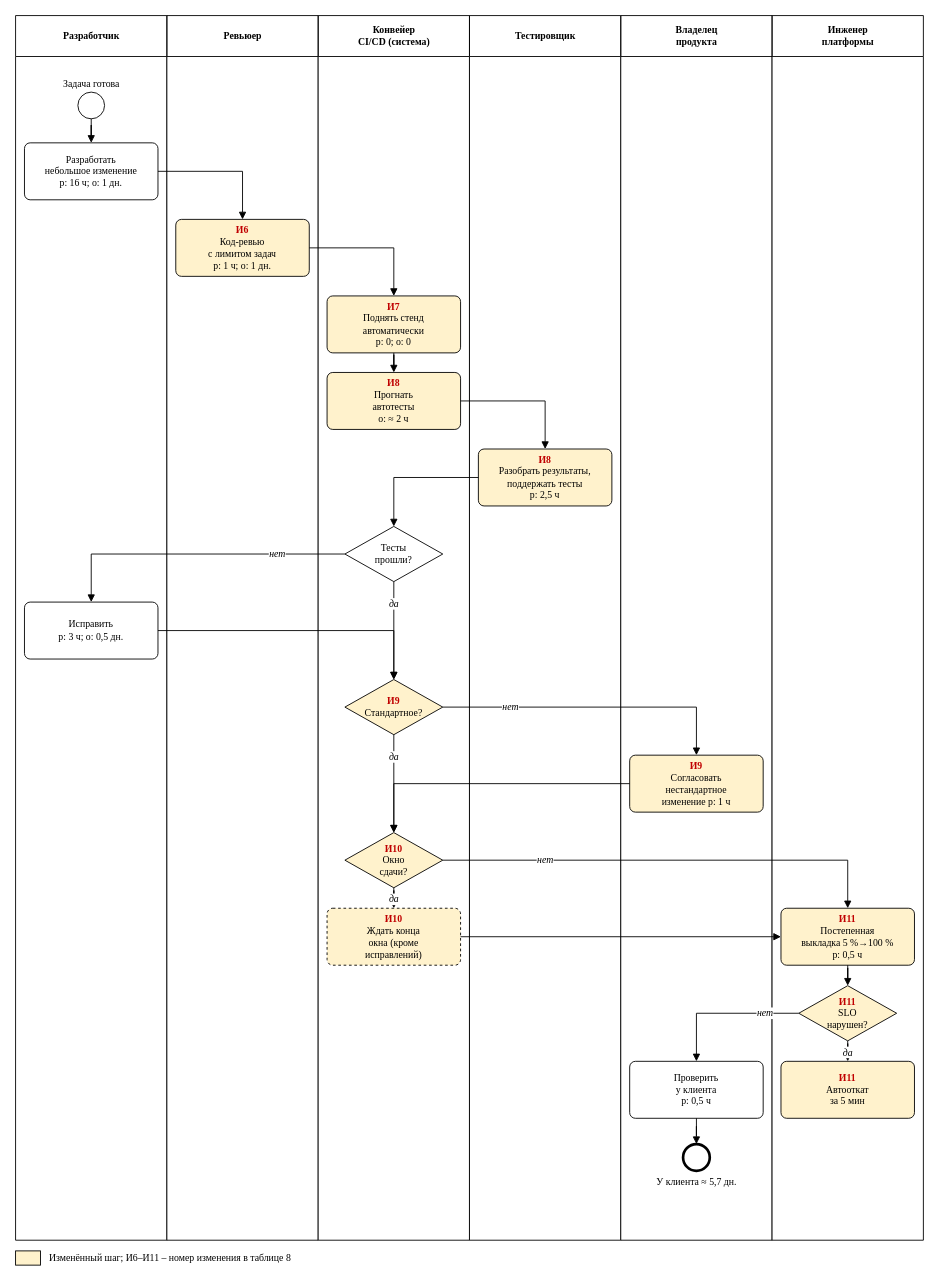
This is Практическая работа №3/Рисунок 4 – Процесс Б после изменения (выделены изменённые шаги).drawio from PhilippKorkunov/Information-Technology-Management, a draw.io file, before an edit. Source tidied: cells renumbered, new cells numbered last; positions are measured from the earlier drawing's top-left corner, leaving out a move shared by most shapes. Both pictures are drawn from the tidied source at 89%, with x=0, y=0 at pixel (15, 15).
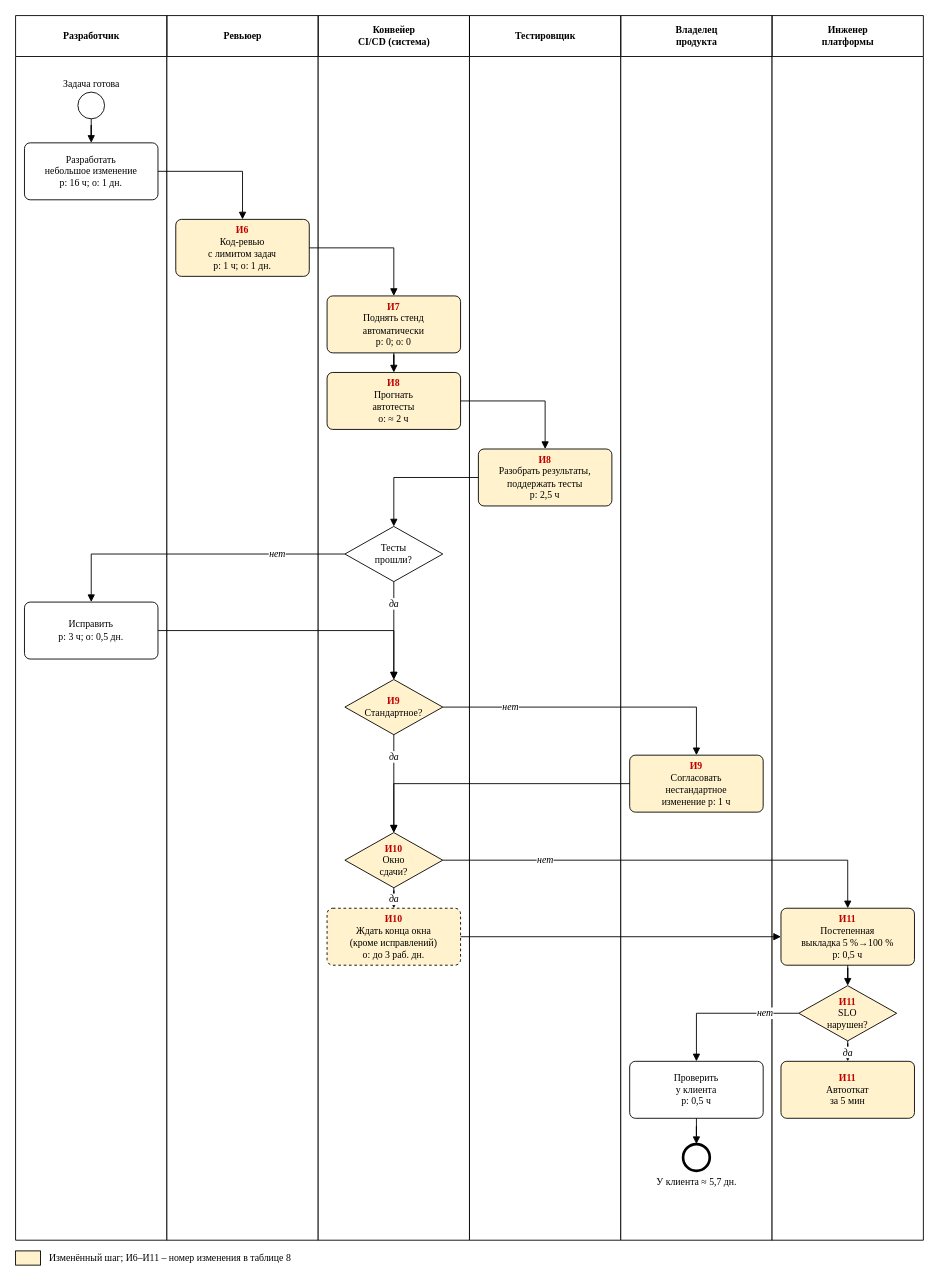
The same diagram, later.

Unchanged cells that the change refers to:
```xml
<mxCell id="4" value="Конвейер&lt;br&gt;CI/CD (система)" style="swimlane;html=1;startSize=46;horizontal=1;fillColor=none;swimlaneFillColor=#FFFFFF;fontStyle=1;fontFamily=Times New Roman;fontSize=11;" parent="1" vertex="1">
  <mxGeometry x="340" width="170" height="1376" as="geometry" />
</mxCell>
```

The edit, as a diff of the source:
```diff
@@
-    <mxCell id="19" value="&lt;b&gt;&lt;font color=&quot;#C00000&quot;&gt;И10&lt;/font&gt;&lt;/b&gt;&lt;br&gt;Ждать конца&lt;br&gt;окна (кроме&lt;br&gt;исправлений)" style="rounded=1;whiteSpace=wrap;html=1;arcSize=10;fillColor=#FFF2CC;strokeColor=#000000;fontFamily=Times New Roman;fontSize=11;dashed=1;" parent="4" vertex="1">
+    <mxCell id="19" value="&lt;b&gt;&lt;font color=&quot;#C00000&quot;&gt;И10&lt;/font&gt;&lt;/b&gt;&lt;br&gt;Ждать конца окна&lt;br&gt;(кроме исправлений)&lt;br&gt;о: до 3 раб. дн." style="rounded=1;whiteSpace=wrap;html=1;arcSize=10;fillColor=#FFF2CC;strokeColor=#000000;fontFamily=Times New Roman;fontSize=11;dashed=1;" parent="4" vertex="1">
       <mxGeometry x="10" y="1003" width="150" height="64" as="geometry" />
     </mxCell>
```
